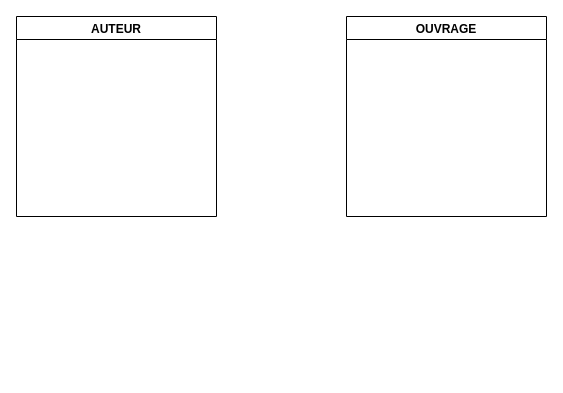
The draw.io diagram 2022-05-16-BDD/Simplon_exercice4.drawio in aurao22/simplon, before the edit. Source tidied: cells renumbered, new cells numbered last; positions are measured from the earlier drawing's top-left corner, leaving out a move shared by most shapes. Both pictures are drawn from the tidied source at 100%, with x=0, y=0 at pixel (16, 16).
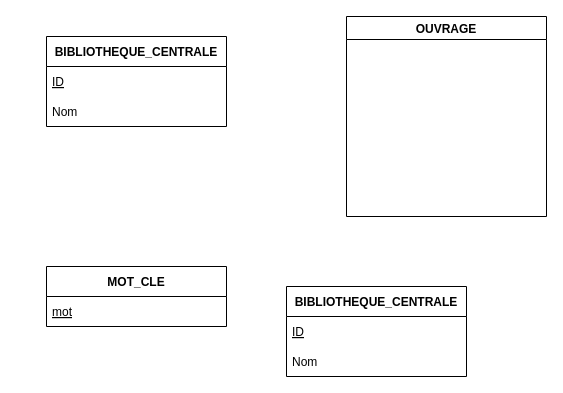
After the change.

What changed in the source:
```diff
@@
 <mxGraphModel>
   <root>
     <mxCell id="0" />
     <mxCell id="1" parent="0" />
-    <mxCell id="2" value="AUTEUR" style="swimlane;" parent="1" vertex="1">
-      <mxGeometry width="200" height="200" as="geometry" />
-    </mxCell>
     <mxCell id="3" value="OUVRAGE" style="swimlane;" parent="1" vertex="1">
       <mxGeometry x="330" width="200" height="200" as="geometry" />
     </mxCell>
+    <mxCell id="4" value="BIBLIOTHEQUE_CENTRALE" style="swimlane;fontStyle=1;horizontal=1;startSize=30;" parent="1" vertex="1">
+      <mxGeometry x="270" y="270" width="180" height="90" as="geometry" />
+    </mxCell>
+    <mxCell id="5" value="ID" style="text;strokeColor=none;fillColor=none;align=left;verticalAlign=middle;spacingLeft=4;spacingRight=4;overflow=hidden;fontStyle=4;" parent="4" vertex="1">
+      <mxGeometry y="30" width="180" height="30" as="geometry" />
+    </mxCell>
+    <mxCell id="6" value="Nom" style="text;strokeColor=none;fillColor=none;align=left;verticalAlign=middle;spacingLeft=4;spacingRight=4;overflow=hidden;" parent="4" vertex="1">
+      <mxGeometry y="60" width="180" height="30" as="geometry" />
+    </mxCell>
+    <mxCell id="7" value="MOT_CLE" style="swimlane;fontStyle=1;horizontal=1;startSize=30;" parent="1" vertex="1">
+      <mxGeometry x="30" y="250" width="180" height="60" as="geometry" />
+    </mxCell>
+    <mxCell id="8" value="mot" style="text;strokeColor=none;fillColor=none;align=left;verticalAlign=middle;spacingLeft=4;spacingRight=4;overflow=hidden;fontStyle=4;" parent="7" vertex="1">
+      <mxGeometry y="30" width="180" height="30" as="geometry" />
+    </mxCell>
+    <mxCell id="9" value="BIBLIOTHEQUE_CENTRALE" style="swimlane;fontStyle=1;horizontal=1;startSize=30;" parent="1" vertex="1">
+      <mxGeometry x="30" y="20" width="180" height="90" as="geometry" />
+    </mxCell>
+    <mxCell id="10" value="ID" style="text;strokeColor=none;fillColor=none;align=left;verticalAlign=middle;spacingLeft=4;spacingRight=4;overflow=hidden;fontStyle=4;" parent="9" vertex="1">
+      <mxGeometry y="30" width="180" height="30" as="geometry" />
+    </mxCell>
+    <mxCell id="11" value="Nom" style="text;strokeColor=none;fillColor=none;align=left;verticalAlign=middle;spacingLeft=4;spacingRight=4;overflow=hidden;" parent="9" vertex="1">
+      <mxGeometry y="60" width="180" height="30" as="geometry" />
+    </mxCell>
   </root>
 </mxGraphModel>
```
